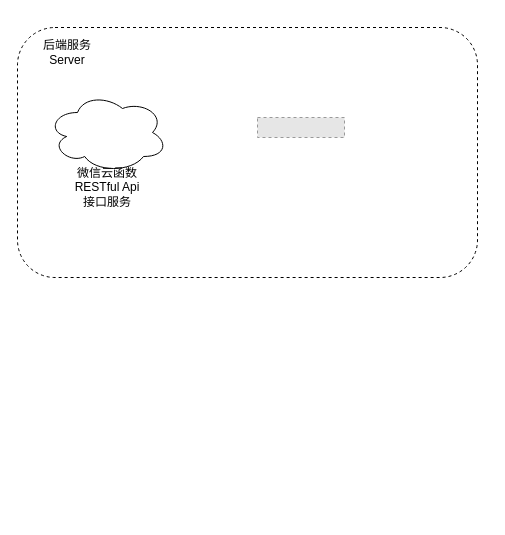
This is zongti.drawio from Ekko306/diagrams.net, a draw.io file, before an edit. Source tidied: cells renumbered, new cells numbered last; positions are measured from the earlier drawing's top-left corner, leaving out a move shared by most shapes. Both pictures are drawn from the tidied source at 100%, with x=0, y=0 at pixel (17, 27). Pictures stored in the file or linked from it are replaced by grey dashed boxes.
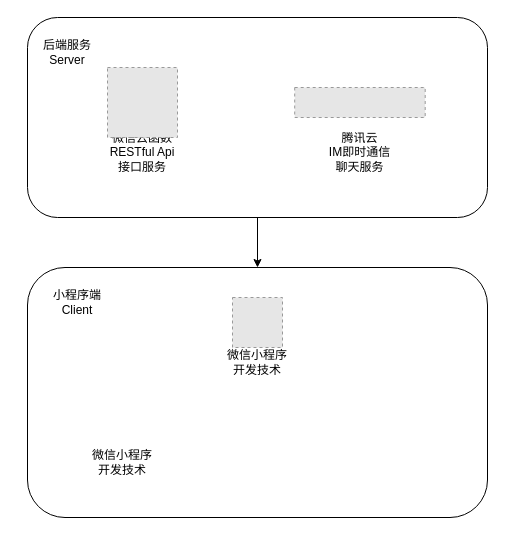
The same diagram, later.

The edit, as a diff of the source:
```diff
@@
 <mxGraphModel>
   <root>
     <mxCell id="0" />
     <mxCell id="1" parent="0" />
+    <mxCell id="7" style="edgeStyle=orthogonalEdgeStyle;rounded=0;jettySize=auto;html=1;entryX=0.5;entryY=0;entryDx=0;entryDy=0;" parent="1" edge="1" source="2" target="10">
+      <mxGeometry relative="1" as="geometry" />
+    </mxCell>
-    <mxCell id="2" style="rounded=1;whiteSpace=wrap;html=1;dashed=1;" parent="1" vertex="1">
-      <mxGeometry width="460" height="250" as="geometry" />
+    <mxCell id="2" style="rounded=1;whiteSpace=wrap;html=1;" parent="1" vertex="1">
+      <mxGeometry x="10" y="-10" width="460" height="200" as="geometry" />
     </mxCell>
     <mxCell id="3" value="后端服务&lt;br&gt;Server" style="text;html=1;strokeColor=none;fillColor=none;align=center;verticalAlign=middle;whiteSpace=wrap;rounded=0;dashed=1;dashPattern=1 1;" parent="1" vertex="1">
       <mxGeometry x="20" y="10" width="60" height="30" as="geometry" />
     </mxCell>
-    <mxCell id="4" style="ellipse;shape=cloud;whiteSpace=wrap;html=1;" parent="1" vertex="1">
-      <mxGeometry x="30" y="65" width="120" height="80" as="geometry" />
-    </mxCell>
     <mxCell id="5" value="微信云函数&lt;br&gt;RESTful Api接口服务" style="text;html=1;strokeColor=none;fillColor=none;align=center;verticalAlign=middle;whiteSpace=wrap;rounded=0;dashed=1;dashPattern=1 1;" parent="1" vertex="1">
-      <mxGeometry x="55" y="145" width="70" height="30" as="geometry" />
+      <mxGeometry x="90" y="110" width="70" height="30" as="geometry" />
     </mxCell>
     <mxCell id="6" style="fillColor=#E6E6E6;strokeColor=#999999;dashed=1;verticalLabelPosition=bottom;labelBackgroundColor=default;verticalAlign=top;" parent="1" vertex="1">
-      <mxGeometry x="240" y="90" width="87" height="20" as="geometry" />
+      <mxGeometry x="277.2" y="60" width="130.5" height="30" as="geometry" />
     </mxCell>
+    <mxCell id="8" value="腾讯云&lt;br&gt;IM即时通信&lt;br&gt;聊天服务" style="text;html=1;strokeColor=none;fillColor=none;align=center;verticalAlign=middle;whiteSpace=wrap;rounded=0;" parent="1" vertex="1">
+      <mxGeometry x="304" y="110" width="77" height="30" as="geometry" />
+    </mxCell>
+    <mxCell id="9" style="fillColor=#E6E6E6;strokeColor=#999999;dashed=1;verticalLabelPosition=bottom;labelBackgroundColor=default;verticalAlign=top;" parent="1" vertex="1">
+      <mxGeometry x="90" y="40" width="70" height="70" as="geometry" />
+    </mxCell>
+    <mxCell id="10" style="rounded=1;whiteSpace=wrap;html=1;" parent="1" vertex="1">
+      <mxGeometry x="10" y="240" width="460" height="250" as="geometry" />
+    </mxCell>
+    <mxCell id="11" value="小程序端&lt;br&gt;Client" style="text;html=1;strokeColor=none;fillColor=none;align=center;verticalAlign=middle;whiteSpace=wrap;rounded=0;dashed=1;dashPattern=1 1;" parent="1" vertex="1">
+      <mxGeometry x="30" y="260" width="60" height="30" as="geometry" />
+    </mxCell>
+    <mxCell id="12" style="fillColor=#E6E6E6;strokeColor=#999999;dashed=1;verticalLabelPosition=bottom;labelBackgroundColor=default;verticalAlign=top;" parent="1" vertex="1">
+      <mxGeometry x="215" y="270" width="50" height="50" as="geometry" />
+    </mxCell>
+    <mxCell id="13" value="微信小程序开发技术" style="text;html=1;strokeColor=none;fillColor=none;align=center;verticalAlign=middle;whiteSpace=wrap;rounded=0;dashed=1;dashPattern=1 1;" parent="1" vertex="1">
+      <mxGeometry x="205" y="320" width="70" height="30" as="geometry" />
+    </mxCell>
+    <mxCell id="14" value="微信小程序开发技术" style="text;html=1;strokeColor=none;fillColor=none;align=center;verticalAlign=middle;whiteSpace=wrap;rounded=0;dashed=1;dashPattern=1 1;" parent="1" vertex="1">
+      <mxGeometry x="70" y="420" width="70" height="30" as="geometry" />
+    </mxCell>
   </root>
 </mxGraphModel>
```
